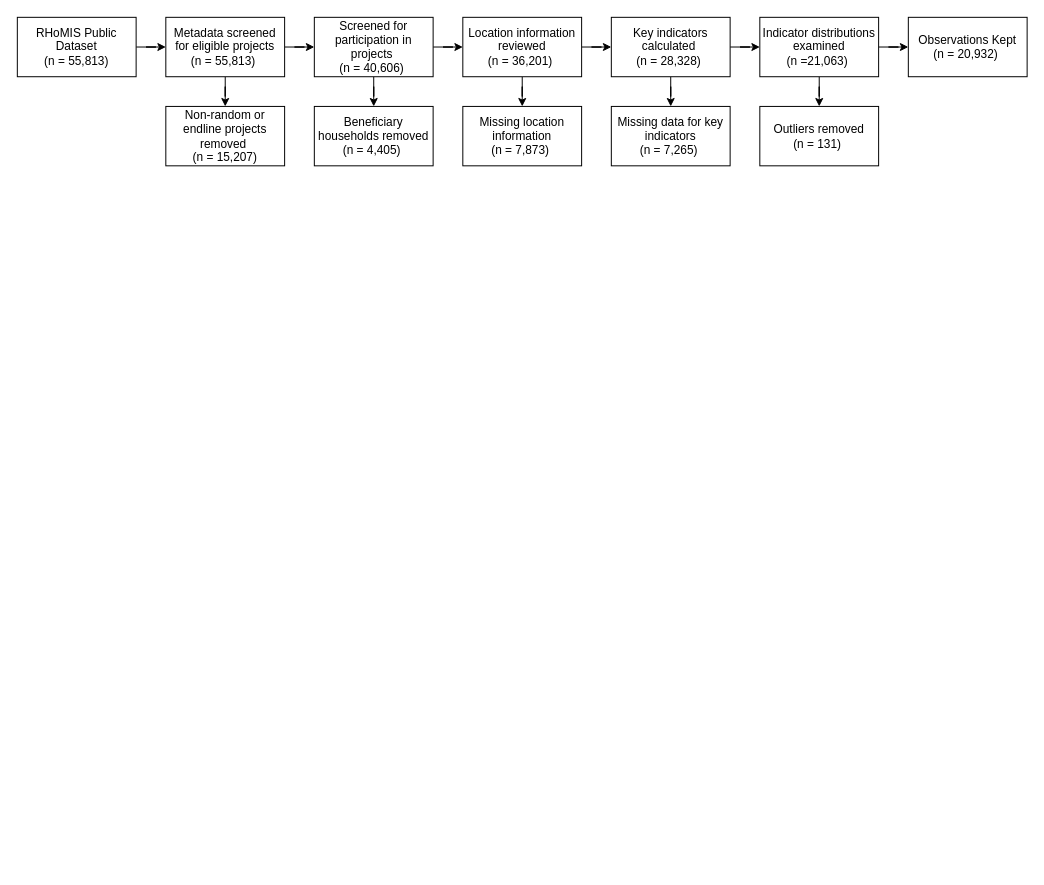
Earlier version of the draw.io diagram diagrams/data-selection-process.drawio (l-gorman/chapter-6-analysis). Source tidied: cells renumbered, new cells numbered last; positions are measured from the earlier drawing's top-left corner, leaving out a move shared by most shapes. Both pictures are drawn from the tidied source at 99%, with x=0, y=0 at pixel (17, 17).
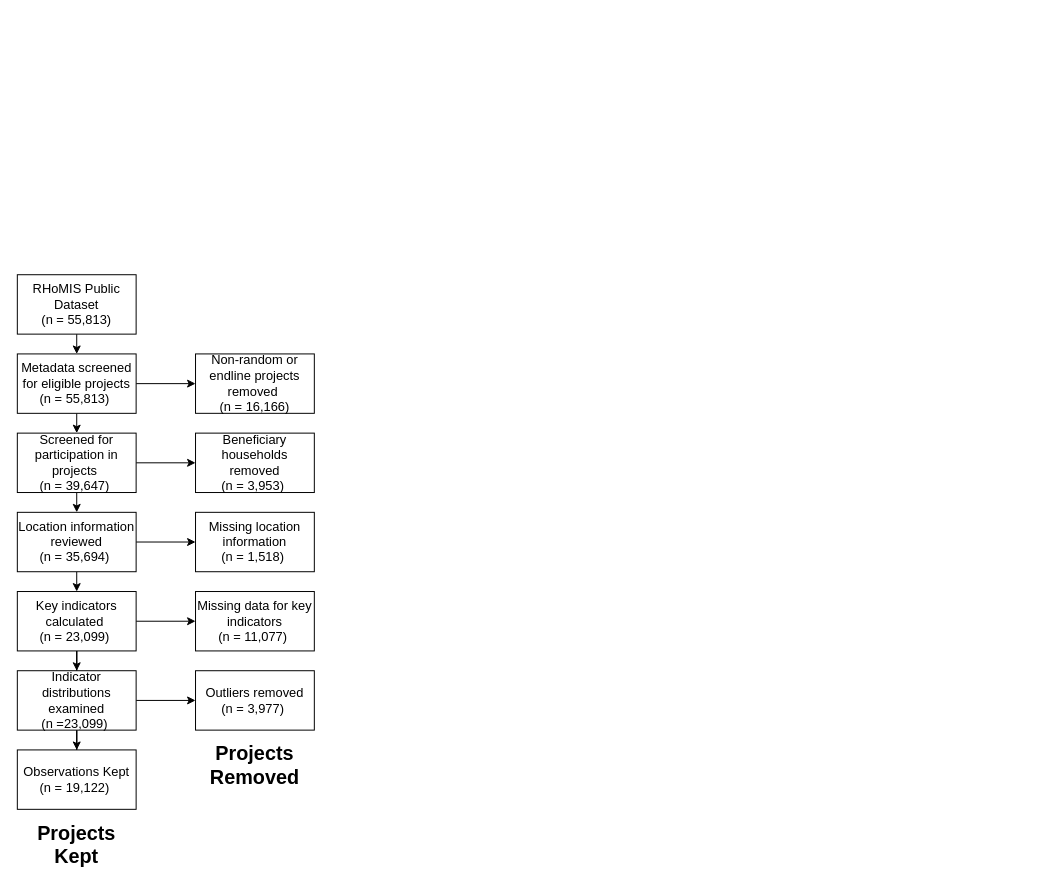
The same page after the edit.

The edit, as a diff of the source:
```diff
@@
-    <mxCell id="2" style="edgeStyle=orthogonalEdgeStyle;rounded=0;jettySize=auto;html=1;" parent="1" edge="1" source="3" target="6">
+    <mxCell id="2" style="edgeStyle=orthogonalEdgeStyle;rounded=0;jettySize=auto;html=1;exitX=0.5;exitY=1;exitDx=0;exitDy=0;entryX=0.5;entryY=0;entryDx=0;entryDy=0;" parent="1" edge="1" source="3" target="6">
       <mxGeometry relative="1" as="geometry" />
     </mxCell>
-    <mxCell id="3" value="RHoMIS Public Dataset&lt;br&gt;(n = 55,813)" style="rounded=0;whiteSpace=wrap;html=1;" parent="1" vertex="1">
-      <mxGeometry width="120" height="60" as="geometry" />
+    <mxCell id="3" value="RHoMIS Public Dataset&lt;br style=&quot;font-size: 13px;&quot;&gt;(n = 55,813)" style="rounded=0;whiteSpace=wrap;html=1;fontSize=13;" parent="1" vertex="1">
+      <mxGeometry y="260" width="120" height="60" as="geometry" />
     </mxCell>
-    <mxCell id="4" style="edgeStyle=orthogonalEdgeStyle;rounded=0;jettySize=auto;html=1;" parent="1" edge="1" source="6" target="10">
-      <mxGeometry relative="1" as="geometry" />
-    </mxCell>
-    <mxCell id="5" style="edgeStyle=orthogonalEdgeStyle;rounded=0;jettySize=auto;html=1;" parent="1" edge="1" source="6" target="7">
-      <mxGeometry relative="1" as="geometry" />
-    </mxCell>
+    <mxCell id="25" style="edgeStyle=orthogonalEdgeStyle;rounded=0;jettySize=auto;html=1;exitX=0.5;exitY=1;exitDx=0;exitDy=0;entryX=0.5;entryY=0;entryDx=0;entryDy=0;" parent="1" edge="1" source="6" target="30">
+      <mxGeometry relative="1" as="geometry" />
+    </mxCell>
+    <mxCell id="26" style="edgeStyle=orthogonalEdgeStyle;rounded=0;jettySize=auto;html=1;" parent="1" edge="1" source="6" target="27">
+      <mxGeometry relative="1" as="geometry" />
+    </mxCell>
-    <mxCell id="6" value="Metadata screened for eligible projects&lt;br&gt;(n = 55,813)&amp;nbsp;" style="rounded=0;whiteSpace=wrap;html=1;" parent="1" vertex="1">
-      <mxGeometry x="150" width="120" height="60" as="geometry" />
+    <mxCell id="6" value="Metadata screened for eligible projects&lt;br style=&quot;font-size: 13px;&quot;&gt;(n = 55,813)&amp;nbsp;" style="rounded=0;whiteSpace=wrap;html=1;fontSize=13;" parent="1" vertex="1">
+      <mxGeometry y="340" width="120" height="60" as="geometry" />
     </mxCell>
-    <mxCell id="7" value="Non-random or endline projects removed&amp;nbsp;&lt;br&gt;(n = 15,207)" style="rounded=0;whiteSpace=wrap;html=1;" parent="1" vertex="1">
-      <mxGeometry x="150" y="90" width="120" height="60" as="geometry" />
-    </mxCell>
-    <mxCell id="8" style="edgeStyle=orthogonalEdgeStyle;rounded=0;jettySize=auto;html=1;" parent="1" edge="1" source="10" target="13">
-      <mxGeometry relative="1" as="geometry" />
-    </mxCell>
-    <mxCell id="9" style="edgeStyle=orthogonalEdgeStyle;rounded=0;jettySize=auto;html=1;" parent="1" edge="1" source="10" target="20">
-      <mxGeometry relative="1" as="geometry" />
-    </mxCell>
-    <mxCell id="10" value="Screened for participation in projects&amp;nbsp;&lt;br&gt;(n = 40,606)&amp;nbsp;" style="rounded=0;whiteSpace=wrap;html=1;" parent="1" vertex="1">
-      <mxGeometry x="300" width="120" height="60" as="geometry" />
-    </mxCell>
-    <mxCell id="11" style="edgeStyle=orthogonalEdgeStyle;rounded=0;jettySize=auto;html=1;" parent="1" edge="1" source="13" target="16">
-      <mxGeometry relative="1" as="geometry" />
-    </mxCell>
-    <mxCell id="12" style="edgeStyle=orthogonalEdgeStyle;rounded=0;jettySize=auto;html=1;" parent="1" edge="1" source="13" target="21">
-      <mxGeometry relative="1" as="geometry" />
-    </mxCell>
-    <mxCell id="13" value="Location information reviewed&lt;br&gt;(n = 36,201)&amp;nbsp;" style="rounded=0;whiteSpace=wrap;html=1;" parent="1" vertex="1">
-      <mxGeometry x="450" width="120" height="60" as="geometry" />
-    </mxCell>
-    <mxCell id="14" style="edgeStyle=orthogonalEdgeStyle;rounded=0;jettySize=auto;html=1;" parent="1" edge="1" source="16" target="19">
-      <mxGeometry relative="1" as="geometry" />
-    </mxCell>
-    <mxCell id="15" style="edgeStyle=orthogonalEdgeStyle;rounded=0;jettySize=auto;html=1;" parent="1" edge="1" source="16" target="22">
-      <mxGeometry relative="1" as="geometry" />
-    </mxCell>
-    <mxCell id="16" value="Key indicators calculated&amp;nbsp;&lt;br&gt;(n = 28,328)&amp;nbsp;" style="rounded=0;whiteSpace=wrap;html=1;" parent="1" vertex="1">
-      <mxGeometry x="600" width="120" height="60" as="geometry" />
-    </mxCell>
-    <mxCell id="17" style="edgeStyle=orthogonalEdgeStyle;rounded=0;jettySize=auto;html=1;" parent="1" edge="1" source="19" target="24">
-      <mxGeometry relative="1" as="geometry" />
-    </mxCell>
-    <mxCell id="18" style="edgeStyle=orthogonalEdgeStyle;rounded=0;jettySize=auto;html=1;" parent="1" edge="1" source="19" target="23">
-      <mxGeometry relative="1" as="geometry" />
-    </mxCell>
-    <mxCell id="19" value="Indicator distributions examined&lt;br&gt;(n =21,063)&amp;nbsp;" style="rounded=0;whiteSpace=wrap;html=1;" parent="1" vertex="1">
-      <mxGeometry x="750" width="120" height="60" as="geometry" />
-    </mxCell>
-    <mxCell id="20" value="Beneficiary households removed&lt;br&gt;(n = 4,405)&amp;nbsp;" style="rounded=0;whiteSpace=wrap;html=1;" parent="1" vertex="1">
-      <mxGeometry x="300" y="90" width="120" height="60" as="geometry" />
-    </mxCell>
-    <mxCell id="21" value="Missing location information&lt;br&gt;(n = 7,873)&amp;nbsp;" style="rounded=0;whiteSpace=wrap;html=1;" parent="1" vertex="1">
-      <mxGeometry x="450" y="90" width="120" height="60" as="geometry" />
-    </mxCell>
-    <mxCell id="22" value="Missing data for key indicators&lt;br&gt;(n = 7,265)&amp;nbsp;" style="rounded=0;whiteSpace=wrap;html=1;" parent="1" vertex="1">
-      <mxGeometry x="600" y="90" width="120" height="60" as="geometry" />
-    </mxCell>
-    <mxCell id="23" value="Outliers removed&lt;br&gt;(n = 131)&amp;nbsp;" style="rounded=0;whiteSpace=wrap;html=1;" parent="1" vertex="1">
-      <mxGeometry x="750" y="90" width="120" height="60" as="geometry" />
-    </mxCell>
-    <mxCell id="24" value="Observations Kept&lt;br&gt;(n = 20,932)&amp;nbsp;" style="rounded=0;whiteSpace=wrap;html=1;" parent="1" vertex="1">
-      <mxGeometry x="900" width="120" height="60" as="geometry" />
-    </mxCell>
+    <mxCell id="27" value="Non-random or endline projects removed&amp;nbsp;&lt;br style=&quot;font-size: 13px;&quot;&gt;(n = 16,166)" style="rounded=0;whiteSpace=wrap;html=1;fontSize=13;" parent="1" vertex="1">
+      <mxGeometry x="180" y="340" width="120" height="60" as="geometry" />
+    </mxCell>
+    <mxCell id="28" style="edgeStyle=orthogonalEdgeStyle;rounded=0;jettySize=auto;html=1;exitX=0.5;exitY=1;exitDx=0;exitDy=0;entryX=0.5;entryY=0;entryDx=0;entryDy=0;" parent="1" edge="1" source="30" target="34">
+      <mxGeometry relative="1" as="geometry" />
+    </mxCell>
+    <mxCell id="29" style="edgeStyle=orthogonalEdgeStyle;rounded=0;jettySize=auto;html=1;" parent="1" edge="1" source="30" target="31">
+      <mxGeometry relative="1" as="geometry" />
+    </mxCell>
+    <mxCell id="30" value="Screened for participation in projects&amp;nbsp;&lt;br style=&quot;font-size: 13px;&quot;&gt;(n = 39,647)&amp;nbsp;" style="rounded=0;whiteSpace=wrap;html=1;fontSize=13;" parent="1" vertex="1">
+      <mxGeometry y="420" width="120" height="60" as="geometry" />
+    </mxCell>
+    <mxCell id="31" value="Beneficiary households removed&lt;br style=&quot;font-size: 13px;&quot;&gt;(n = 3,953)&amp;nbsp;" style="rounded=0;whiteSpace=wrap;html=1;fontSize=13;" parent="1" vertex="1">
+      <mxGeometry x="180" y="420" width="120" height="60" as="geometry" />
+    </mxCell>
+    <mxCell id="32" style="edgeStyle=orthogonalEdgeStyle;rounded=0;jettySize=auto;html=1;exitX=0.5;exitY=1;exitDx=0;exitDy=0;entryX=0.5;entryY=0;entryDx=0;entryDy=0;" parent="1" edge="1" source="34" target="37">
+      <mxGeometry relative="1" as="geometry" />
+    </mxCell>
+    <mxCell id="33" style="edgeStyle=orthogonalEdgeStyle;rounded=0;jettySize=auto;html=1;" parent="1" edge="1" source="34" target="38">
+      <mxGeometry relative="1" as="geometry" />
+    </mxCell>
+    <mxCell id="34" value="Location information reviewed&lt;br style=&quot;font-size: 13px;&quot;&gt;(n = 35,694)&amp;nbsp;" style="rounded=0;whiteSpace=wrap;html=1;fontSize=13;" parent="1" vertex="1">
+      <mxGeometry y="500" width="120" height="60" as="geometry" />
+    </mxCell>
+    <mxCell id="35" style="edgeStyle=orthogonalEdgeStyle;rounded=0;jettySize=auto;html=1;" parent="1" edge="1" source="37" target="43">
+      <mxGeometry relative="1" as="geometry" />
+    </mxCell>
+    <mxCell id="36" style="edgeStyle=orthogonalEdgeStyle;rounded=0;jettySize=auto;html=1;" parent="1" edge="1" source="37" target="39">
+      <mxGeometry relative="1" as="geometry" />
+    </mxCell>
+    <mxCell id="37" value="Key indicators calculated&amp;nbsp;&lt;br style=&quot;font-size: 13px;&quot;&gt;(n = 23,099)&amp;nbsp;" style="rounded=0;whiteSpace=wrap;html=1;fontSize=13;" parent="1" vertex="1">
+      <mxGeometry y="580" width="120" height="60" as="geometry" />
+    </mxCell>
+    <mxCell id="38" value="Missing location information&lt;br style=&quot;font-size: 13px;&quot;&gt;(n = 1,518)&amp;nbsp;" style="rounded=0;whiteSpace=wrap;html=1;fontSize=13;" parent="1" vertex="1">
+      <mxGeometry x="180" y="500" width="120" height="60" as="geometry" />
+    </mxCell>
+    <mxCell id="39" value="Missing data for key indicators&lt;br style=&quot;font-size: 13px;&quot;&gt;(n = 11,077)&amp;nbsp;" style="rounded=0;whiteSpace=wrap;html=1;fontSize=13;" parent="1" vertex="1">
+      <mxGeometry x="180" y="580" width="120" height="60" as="geometry" />
+    </mxCell>
+    <mxCell id="40" value="&lt;b&gt;&lt;font style=&quot;font-size: 20px;&quot;&gt;Projects Removed&lt;/font&gt;&lt;/b&gt;" style="text;html=1;strokeColor=none;fillColor=none;align=center;verticalAlign=middle;whiteSpace=wrap;rounded=0;" parent="1" vertex="1">
+      <mxGeometry x="200" y="740" width="80" height="30" as="geometry" />
+    </mxCell>
+    <mxCell id="41" style="edgeStyle=orthogonalEdgeStyle;rounded=0;jettySize=auto;html=1;" parent="1" edge="1" source="43" target="45">
+      <mxGeometry relative="1" as="geometry" />
+    </mxCell>
+    <mxCell id="42" style="edgeStyle=orthogonalEdgeStyle;rounded=0;jettySize=auto;html=1;" parent="1" edge="1" source="43" target="44">
+      <mxGeometry relative="1" as="geometry" />
+    </mxCell>
+    <mxCell id="43" value="Indicator distributions examined&lt;br style=&quot;font-size: 13px;&quot;&gt;(n =23,099)&amp;nbsp;" style="rounded=0;whiteSpace=wrap;html=1;fontSize=13;" parent="1" vertex="1">
+      <mxGeometry y="660" width="120" height="60" as="geometry" />
+    </mxCell>
+    <mxCell id="44" value="Outliers removed&lt;br style=&quot;font-size: 13px;&quot;&gt;(n = 3,977)&amp;nbsp;" style="rounded=0;whiteSpace=wrap;html=1;fontSize=13;" parent="1" vertex="1">
+      <mxGeometry x="180" y="660" width="120" height="60" as="geometry" />
+    </mxCell>
+    <mxCell id="45" value="Observations Kept&lt;br style=&quot;font-size: 13px;&quot;&gt;(n = 19,122)&amp;nbsp;" style="rounded=0;whiteSpace=wrap;html=1;fontSize=13;" parent="1" vertex="1">
+      <mxGeometry y="740" width="120" height="60" as="geometry" />
+    </mxCell>
+    <mxCell id="46" value="&lt;b&gt;&lt;font style=&quot;font-size: 20px;&quot;&gt;Projects Kept&lt;/font&gt;&lt;/b&gt;" style="text;html=1;strokeColor=none;fillColor=none;align=center;verticalAlign=middle;whiteSpace=wrap;rounded=0;" parent="1" vertex="1">
+      <mxGeometry x="20" y="820" width="80" height="30" as="geometry" />
+    </mxCell>
```
